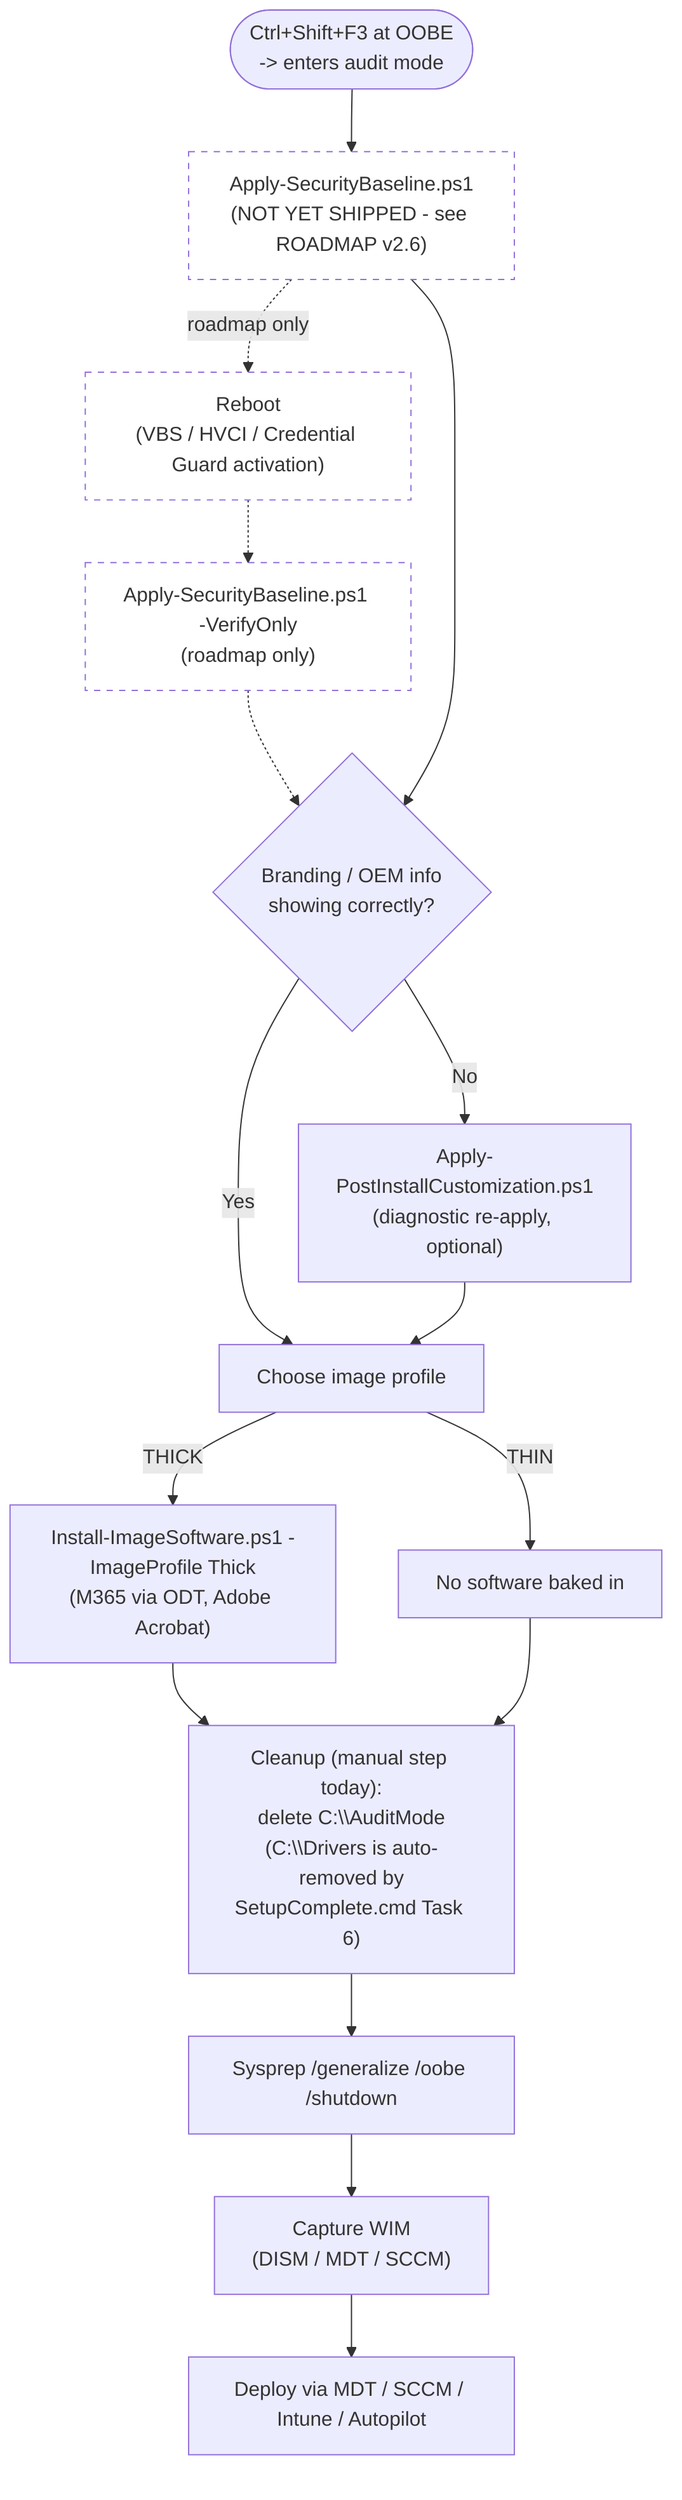
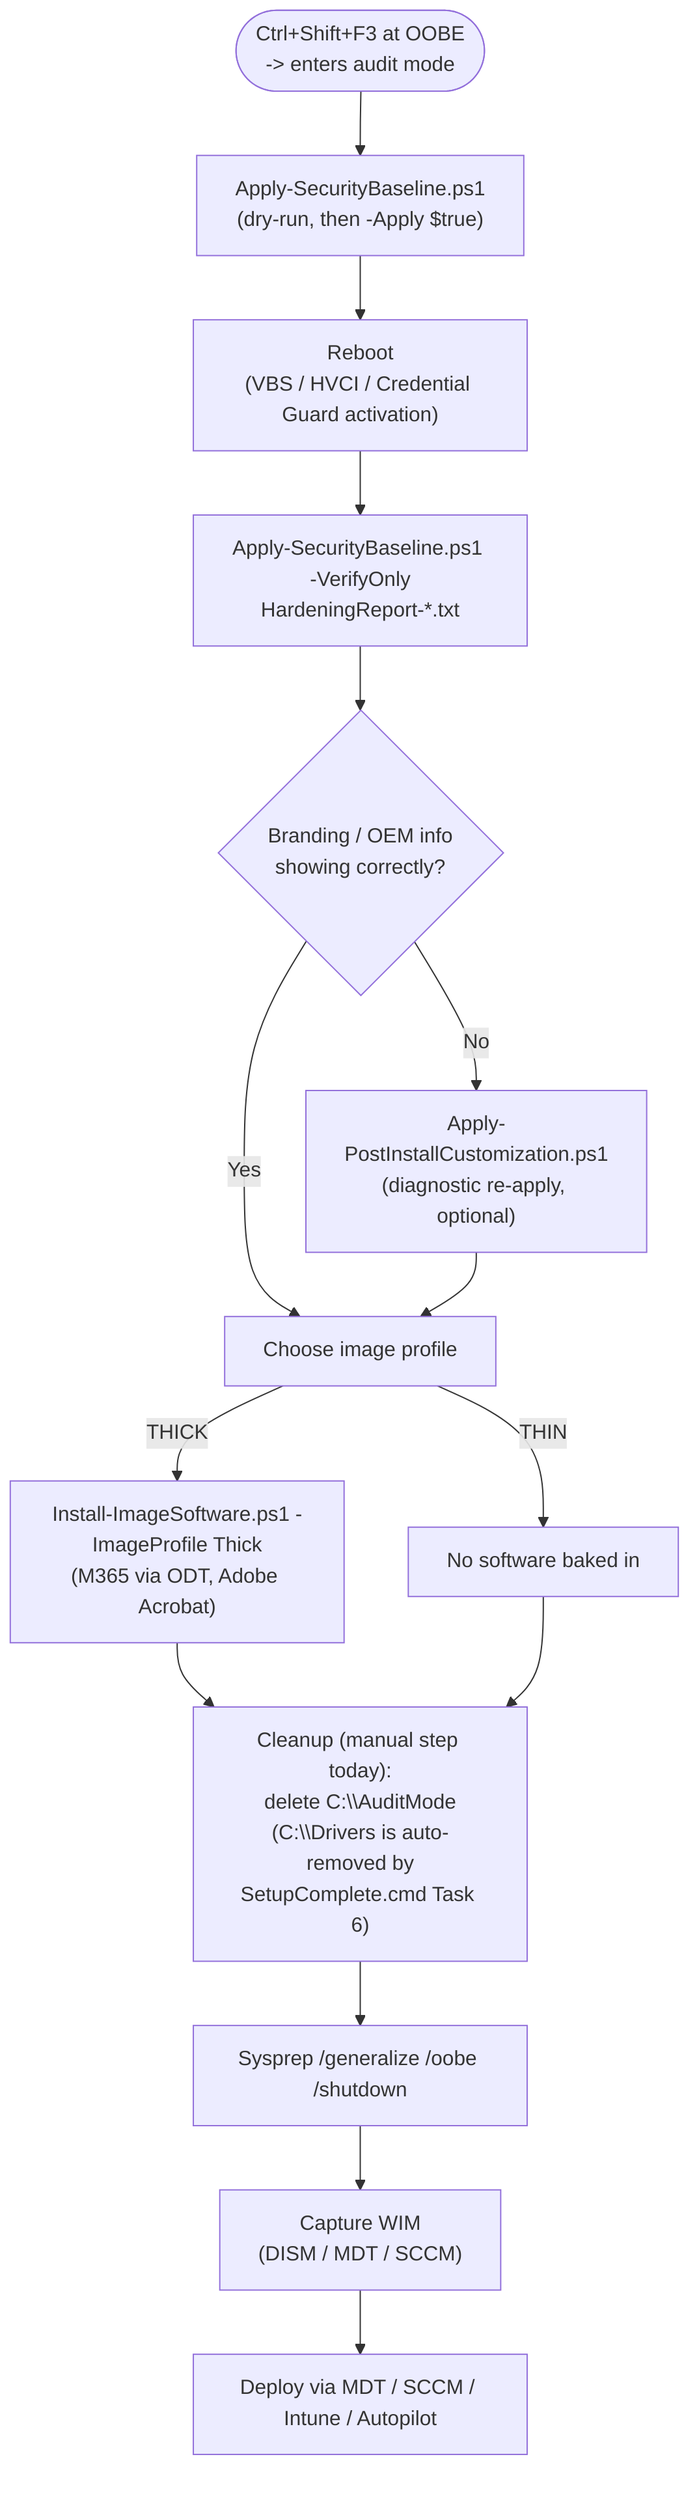
flowchart TD
-     Boot(["Ctrl+Shift+F3 at OOBE\n-> enters audit mode"]) --> SecBaseline["Apply-SecurityBaseline.ps1\n(NOT YET SHIPPED - see ROADMAP v2.6)"]
-     SecBaseline -.->|"roadmap only"| Reboot1["Reboot\n(VBS / HVCI / Credential Guard activation)"]
-     Reboot1 -.-> Verify["Apply-SecurityBaseline.ps1 -VerifyOnly\n(roadmap only)"]
-     Verify -.-> Fix{"Branding / OEM info\nshowing correctly?"}
-     SecBaseline --> Fix
+     Boot(["Ctrl+Shift+F3 at OOBE\n-> enters audit mode"]) --> SecBaseline["Apply-SecurityBaseline.ps1\n(dry-run, then -Apply $true)"]
+     SecBaseline --> Reboot1["Reboot\n(VBS / HVCI / Credential Guard activation)"]
+     Reboot1 --> Verify["Apply-SecurityBaseline.ps1 -VerifyOnly\nHardeningReport-*.txt"]
+     Verify --> Fix{"Branding / OEM info\nshowing correctly?"}
    Fix -->|"No"| PostInstall["Apply-PostInstallCustomization.ps1\n(diagnostic re-apply, optional)"]
    Fix -->|"Yes"| Profile
    PostInstall --> Profile["Choose image profile"]
    Profile -->|"THIN"| SysprepThin["No software baked in"]
    Profile -->|"THICK"| SoftwareInstall["Install-ImageSoftware.ps1 -ImageProfile Thick\n(M365 via ODT, Adobe Acrobat)"]
    SoftwareInstall --> Cleanup
    SysprepThin --> Cleanup["Cleanup (manual step today):\ndelete C:\\AuditMode\n(C:\\Drivers is auto-removed by\nSetupComplete.cmd Task 6)"]
    Cleanup --> Sysprep["Sysprep /generalize /oobe /shutdown"]
    Sysprep --> Capture["Capture WIM\n(DISM / MDT / SCCM)"]
    Capture --> Deploy["Deploy via MDT / SCCM / Intune / Autopilot"]
- 
-     style SecBaseline fill:#00000000,stroke-dasharray: 5 5
-     style Reboot1 fill:#00000000,stroke-dasharray: 5 5
-     style Verify fill:#00000000,stroke-dasharray: 5 5
